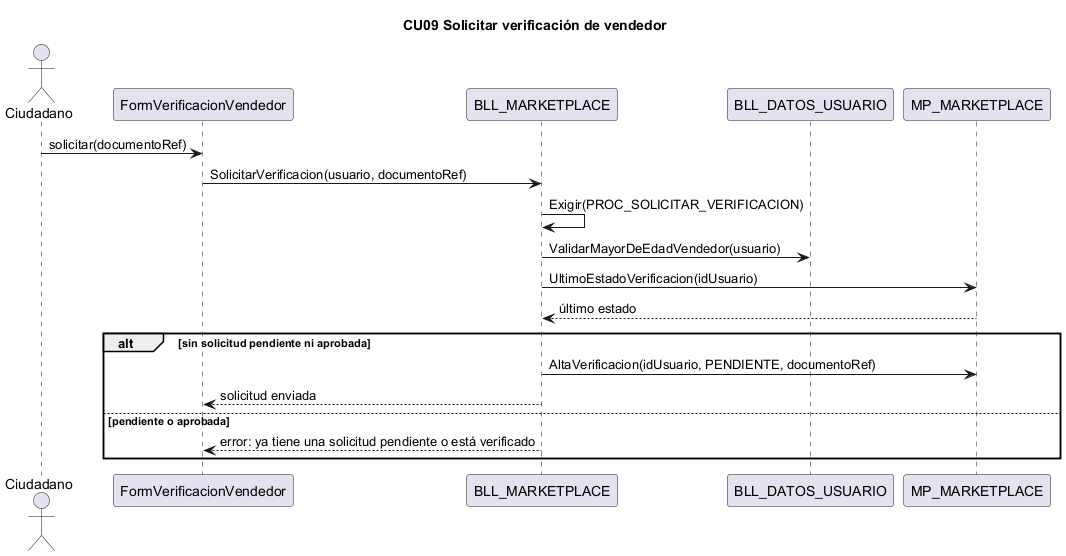
The PlantUML diagram docs/diagramas/secuencias_png/CU09.png in L-Muniz/uai-diploma_2026, before a commit. Source of this version:
```plantuml
@startuml CU09
title CU09 Solicitar verificación de vendedor
actor Ciudadano
participant "FormVerificacionVendedor" as IU
participant "BLL_MARKETPLACE" as BLL
participant "BLL_DATOS_USUARIO" as BD
participant "MP_MARKETPLACE" as DAL
Ciudadano -> IU : solicitar(documentoRef)
IU -> BLL : SolicitarVerificacion(usuario, documentoRef)
BLL -> BLL : Exigir(PROC_SOLICITAR_VERIFICACION)
BLL -> BD : ValidarMayorDeEdadVendedor(usuario)
BLL -> DAL : UltimoEstadoVerificacion(idUsuario)
DAL --> BLL : último estado
alt sin solicitud pendiente ni aprobada
  BLL -> DAL : AltaVerificacion(idUsuario, PENDIENTE, documentoRef)
  BLL --> IU : solicitud enviada
else pendiente o aprobada
  BLL --> IU : error: ya tiene una solicitud pendiente o está verificado
end
@enduml
```
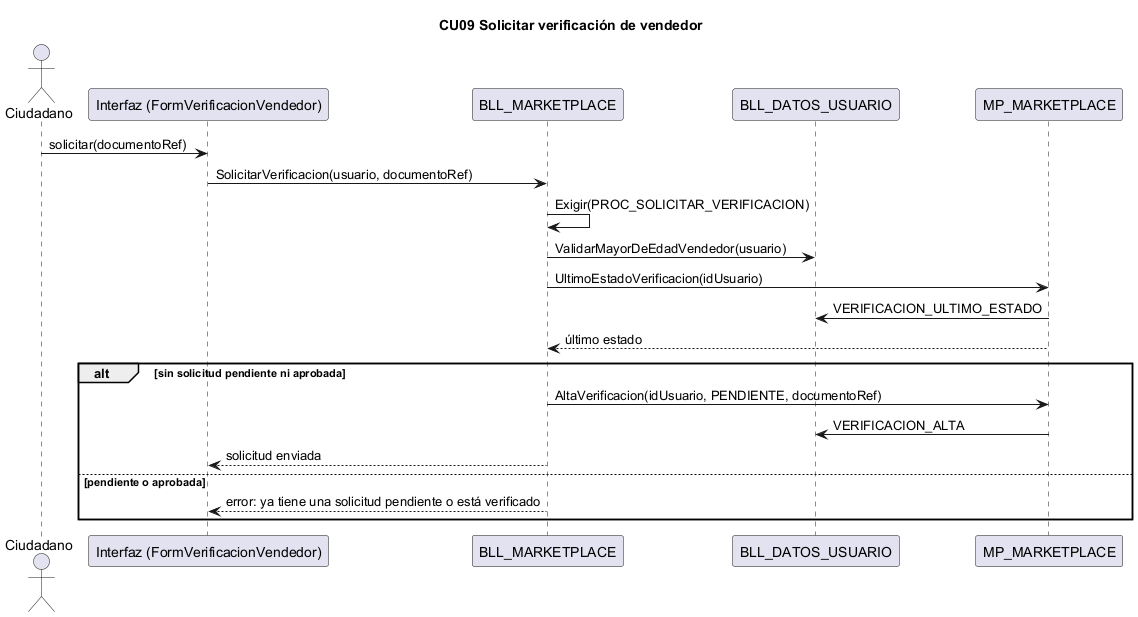
Later version of the same file.

What changed in the source:
```diff
@@ -1,7 +1,7 @@
 @startuml CU09
 title CU09 Solicitar verificación de vendedor
 actor Ciudadano
-participant "FormVerificacionVendedor" as IU
+participant "Interfaz (FormVerificacionVendedor)" as IU
 participant "BLL_MARKETPLACE" as BLL
 participant "BLL_DATOS_USUARIO" as BD
 participant "MP_MARKETPLACE" as DAL
@@ -10,9 +10,11 @@
 BLL -> BLL : Exigir(PROC_SOLICITAR_VERIFICACION)
 BLL -> BD : ValidarMayorDeEdadVendedor(usuario)
 BLL -> DAL : UltimoEstadoVerificacion(idUsuario)
+DAL -> BD : VERIFICACION_ULTIMO_ESTADO
 DAL --> BLL : último estado
 alt sin solicitud pendiente ni aprobada
   BLL -> DAL : AltaVerificacion(idUsuario, PENDIENTE, documentoRef)
+DAL -> BD : VERIFICACION_ALTA
   BLL --> IU : solicitud enviada
 else pendiente o aprobada
   BLL --> IU : error: ya tiene una solicitud pendiente o está verificado
```
